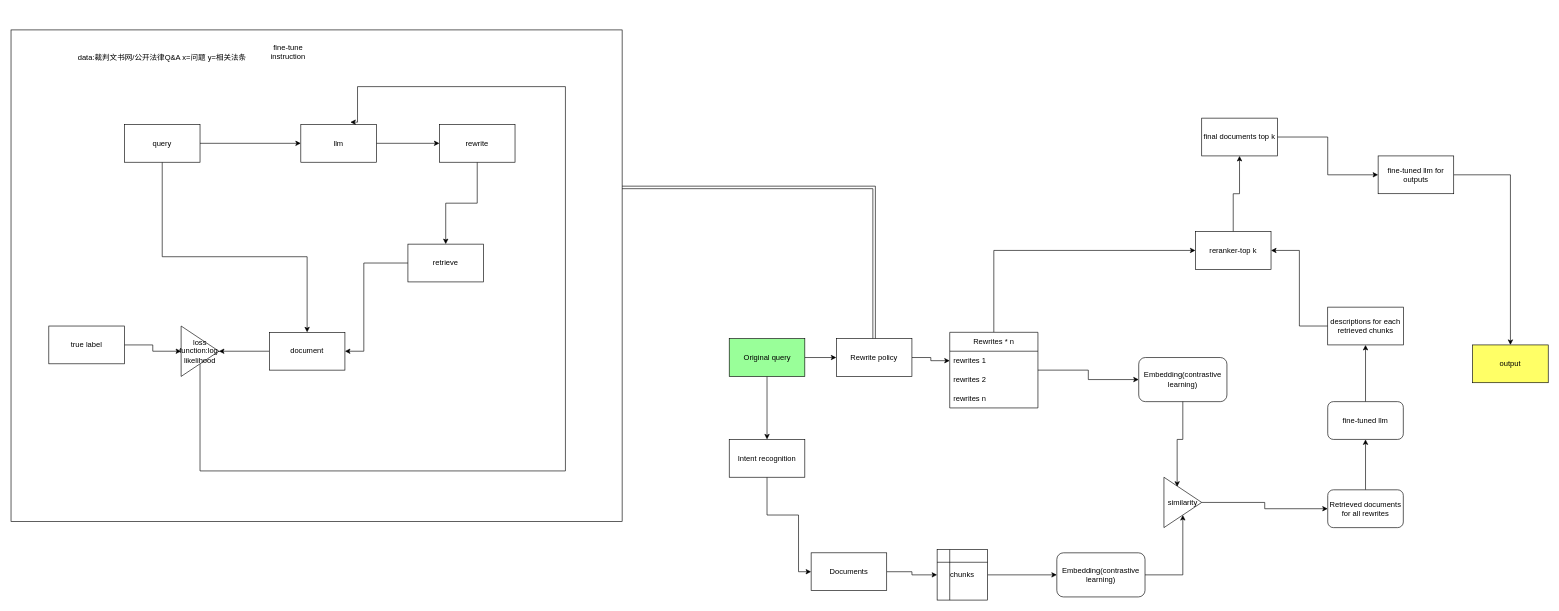
Before: Untitled Diagram.drawio in ethanchan61/offline_dqn, a draw.io diagram. Source tidied: cells renumbered, new cells numbered last; positions are measured from the earlier drawing's top-left corner, leaving out a move shared by most shapes. Both pictures are drawn from the tidied source at 63%, with x=0, y=0 at pixel (11, 11).
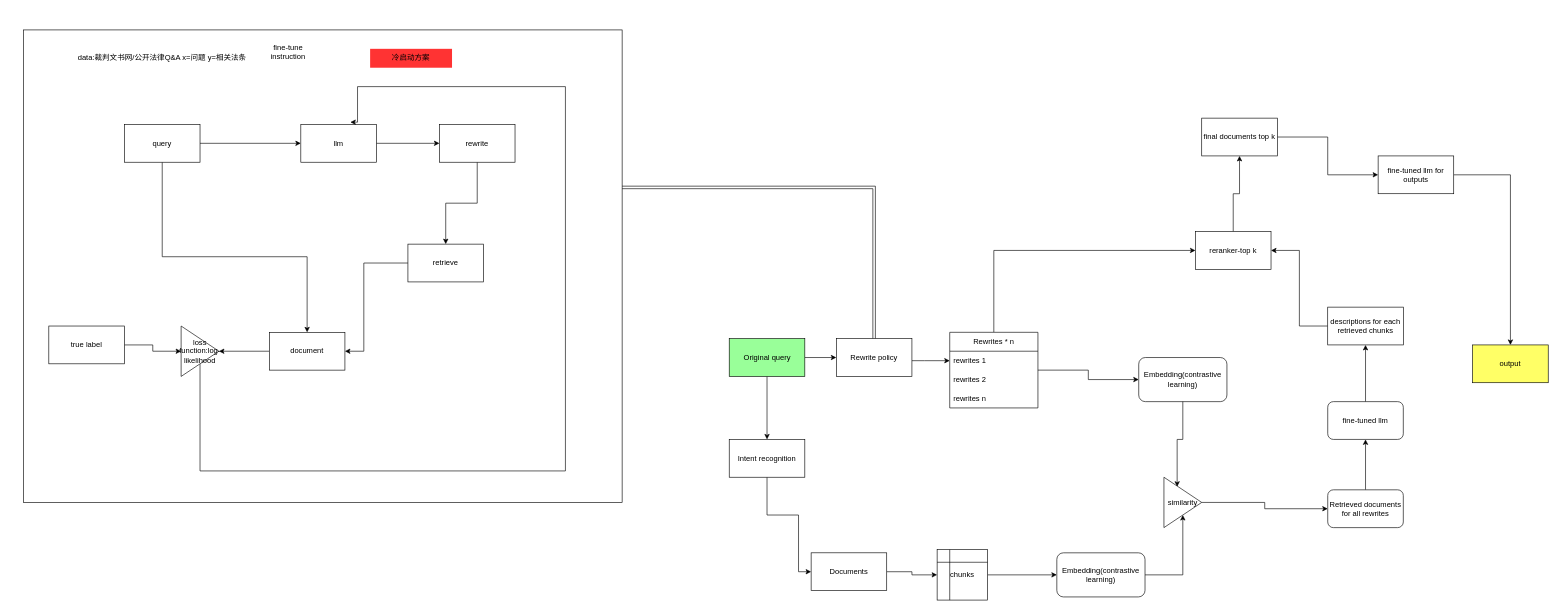
After the change.

The change refers to these unchanged cells:
```xml
<mxCell id="8" value="Rewrite policy" style="rounded=0;whiteSpace=wrap;html=1;" parent="1" vertex="1">
  <mxGeometry x="1310" y="520" width="120" height="60" as="geometry" />
</mxCell>
<mxCell id="12" value="rewrites 1" style="text;strokeColor=none;fillColor=none;align=left;verticalAlign=middle;spacingLeft=4;spacingRight=4;overflow=hidden;points=[[0,0.5],[1,0.5]];portConstraint=eastwest;whiteSpace=wrap;html=1;" parent="11" vertex="1">
  <mxGeometry y="30" width="140" height="30" as="geometry" />
</mxCell>
```

The edit, as a diff of the source:
```diff
@@
     <mxCell id="2" style="rounded=0;whiteSpace=wrap;html=1;" parent="1" vertex="1">
-      <mxGeometry y="30" width="970" height="780" as="geometry" />
+      <mxGeometry x="20" y="30" width="950" height="750" as="geometry" />
     </mxCell>
@@
     <mxCell id="6" style="edgeStyle=orthogonalEdgeStyle;rounded=0;jettySize=auto;html=1;entryX=0;entryY=0.5;entryDx=0;entryDy=0;" parent="1" edge="1" source="8" target="12">
-      <mxGeometry relative="1" as="geometry" />
+      <mxGeometry relative="1" as="geometry">
+        <Array as="points">
+          <mxPoint x="1450" y="555" />
+          <mxPoint x="1450" y="555" />
+        </Array>
+      </mxGeometry>
     </mxCell>
@@
+    <mxCell id="57" value="冷启动方案" style="text;html=1;align=center;verticalAlign=middle;whiteSpace=wrap;rounded=0;fillColor=#FF3333;" parent="1" vertex="1">
+      <mxGeometry x="570" y="60" width="130" height="30" as="geometry" />
+    </mxCell>
```
